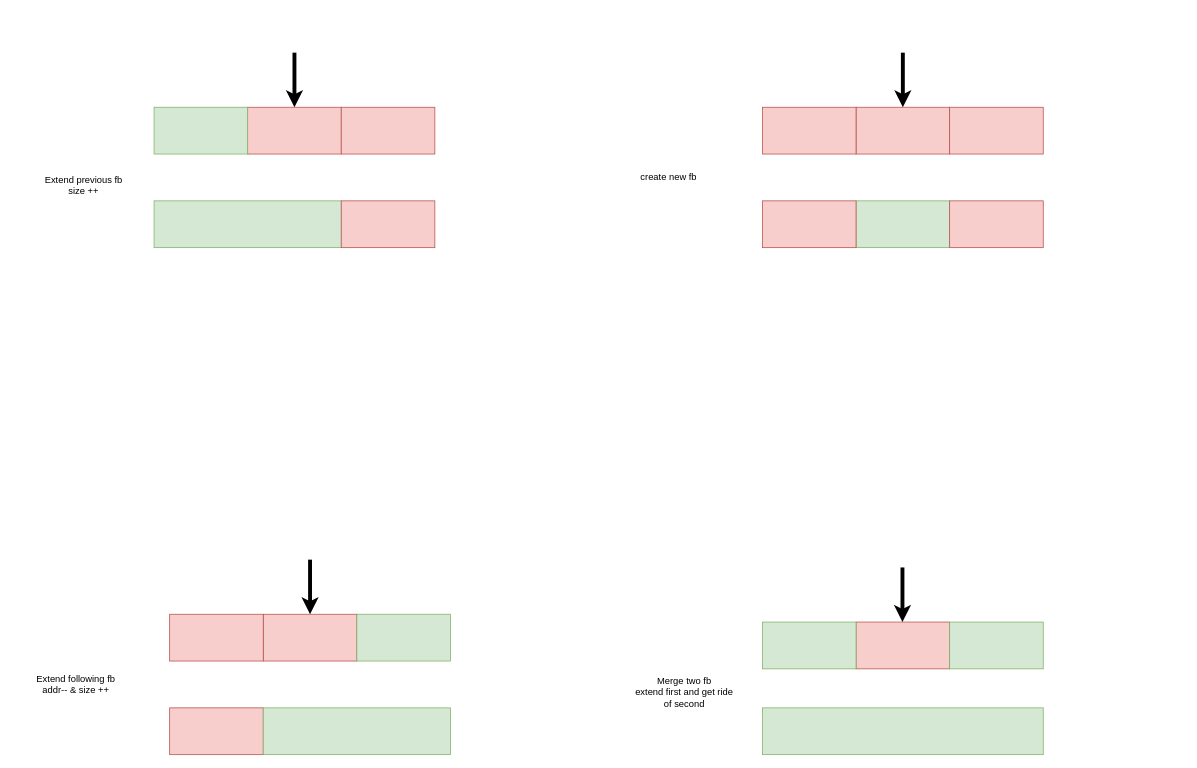
This is diagrams/free_mem.drawio from gregiorg/API_TP4_PELISSE_FODOR, a draw.io file, before an edit. Source tidied: cells renumbered, new cells numbered last; positions are measured from the earlier drawing's top-left corner, leaving out a move shared by most shapes. Both pictures are drawn from the tidied source at 78%, with x=0, y=0 at pixel (21, 52).
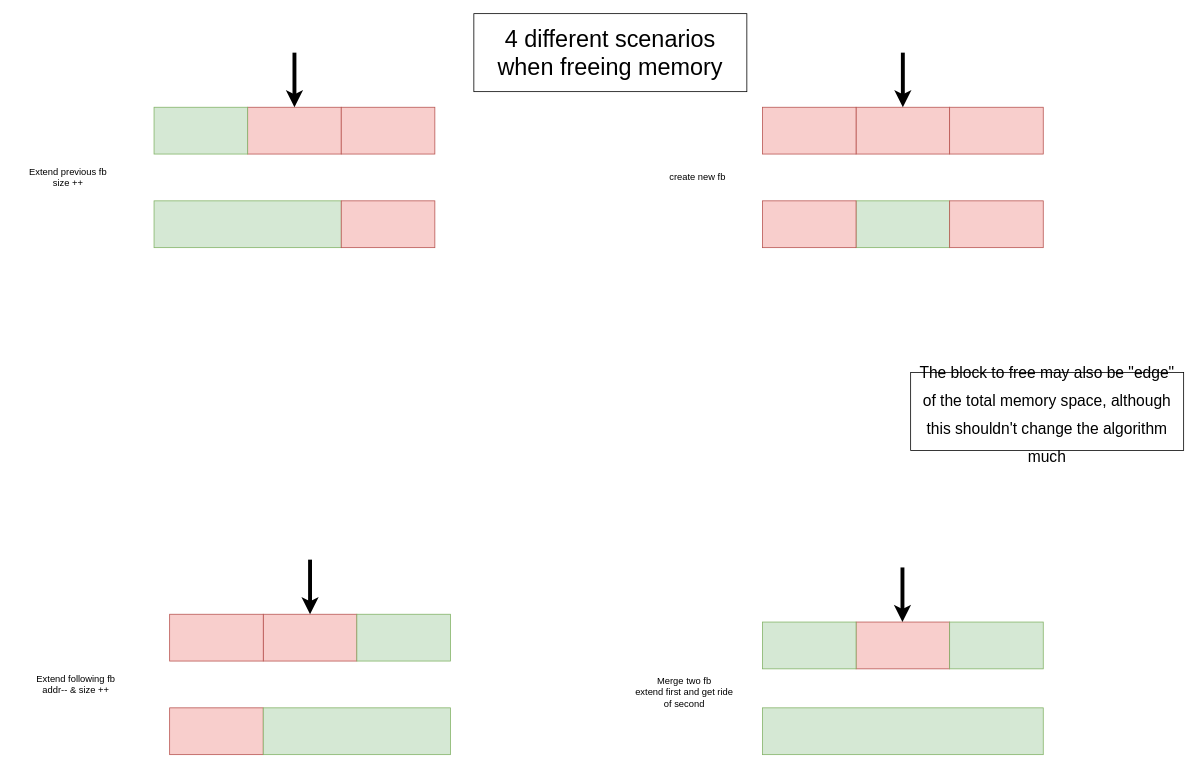
After the change.

What changed in the source:
```diff
@@
     <mxCell id="8" value="&lt;div&gt;Extend previous fb&lt;/div&gt;&lt;div&gt;size ++&lt;/div&gt;" style="text;html=1;strokeColor=none;fillColor=none;align=center;verticalAlign=middle;whiteSpace=wrap;rounded=0;" parent="1" vertex="1">
-      <mxGeometry x="10" y="150" width="140" height="40" as="geometry" />
+      <mxGeometry x="-10" y="140" width="140" height="40" as="geometry" />
     </mxCell>
@@
     <mxCell id="23" value="create new fb" style="text;html=1;strokeColor=none;fillColor=none;align=center;verticalAlign=middle;whiteSpace=wrap;rounded=0;" parent="1" vertex="1">
-      <mxGeometry x="760" y="140" width="140" height="40" as="geometry" />
+      <mxGeometry x="797" y="140" width="140" height="40" as="geometry" />
     </mxCell>
@@
+    <mxCell id="30" value="4 different scenarios when freeing memory" style="text;html=1;align=center;verticalAlign=middle;whiteSpace=wrap;rounded=0;fontSize=30;strokeColor=#000000;" parent="1" vertex="1">
+      <mxGeometry x="580" y="-50" width="350" height="100" as="geometry" />
+    </mxCell>
+    <mxCell id="31" value="&lt;font style=&quot;font-size: 20px&quot;&gt;The block to free may also be &quot;edge&quot; of the total memory space, although this shouldn't change the algorithm much &lt;br&gt;&lt;/font&gt;" style="text;html=1;align=center;verticalAlign=middle;whiteSpace=wrap;rounded=0;fontSize=30;strokeColor=#000000;" parent="1" vertex="1">
+      <mxGeometry x="1140" y="410" width="350" height="100" as="geometry" />
+    </mxCell>
```
